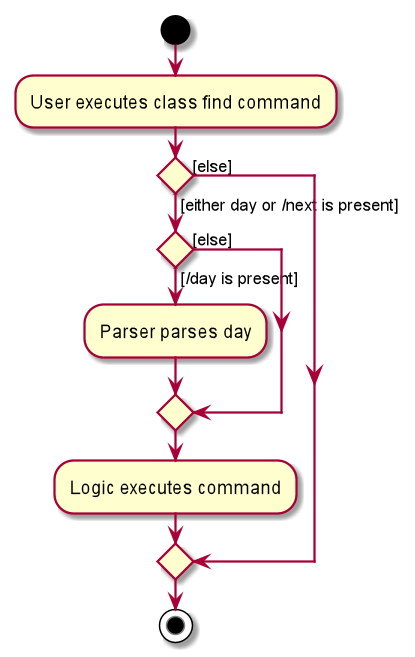
Above: docs/images/LessonFindActivityDiagram.png in zixinn/main (PlantUML), before the change.
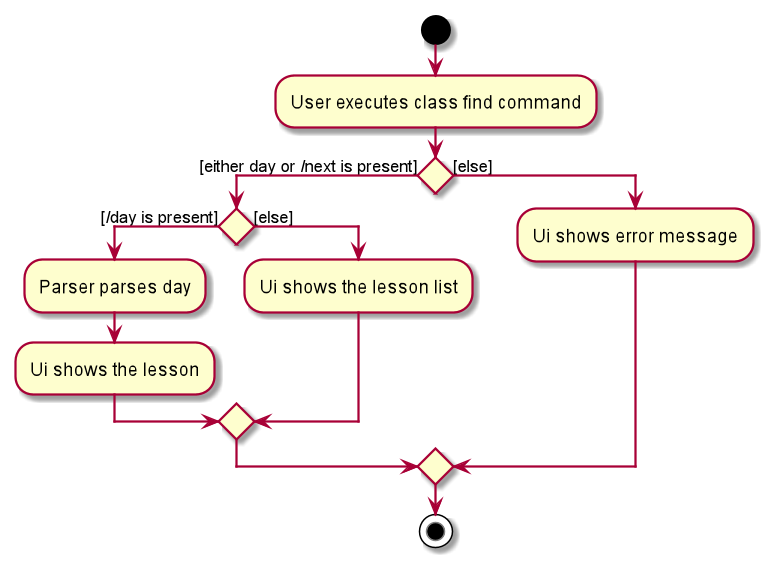
Above is the later version.

What changed in the source:
```diff
@@ -5,10 +5,13 @@
 
     if () then ([/day is present])
         :Parser parses day;
+        :Ui shows the lesson;
          else ([else])
+            :Ui shows the lesson list;
          endif
-    :Logic executes command;
+
 else ([else])
+    :Ui shows error message;
 endif
 
 
```
